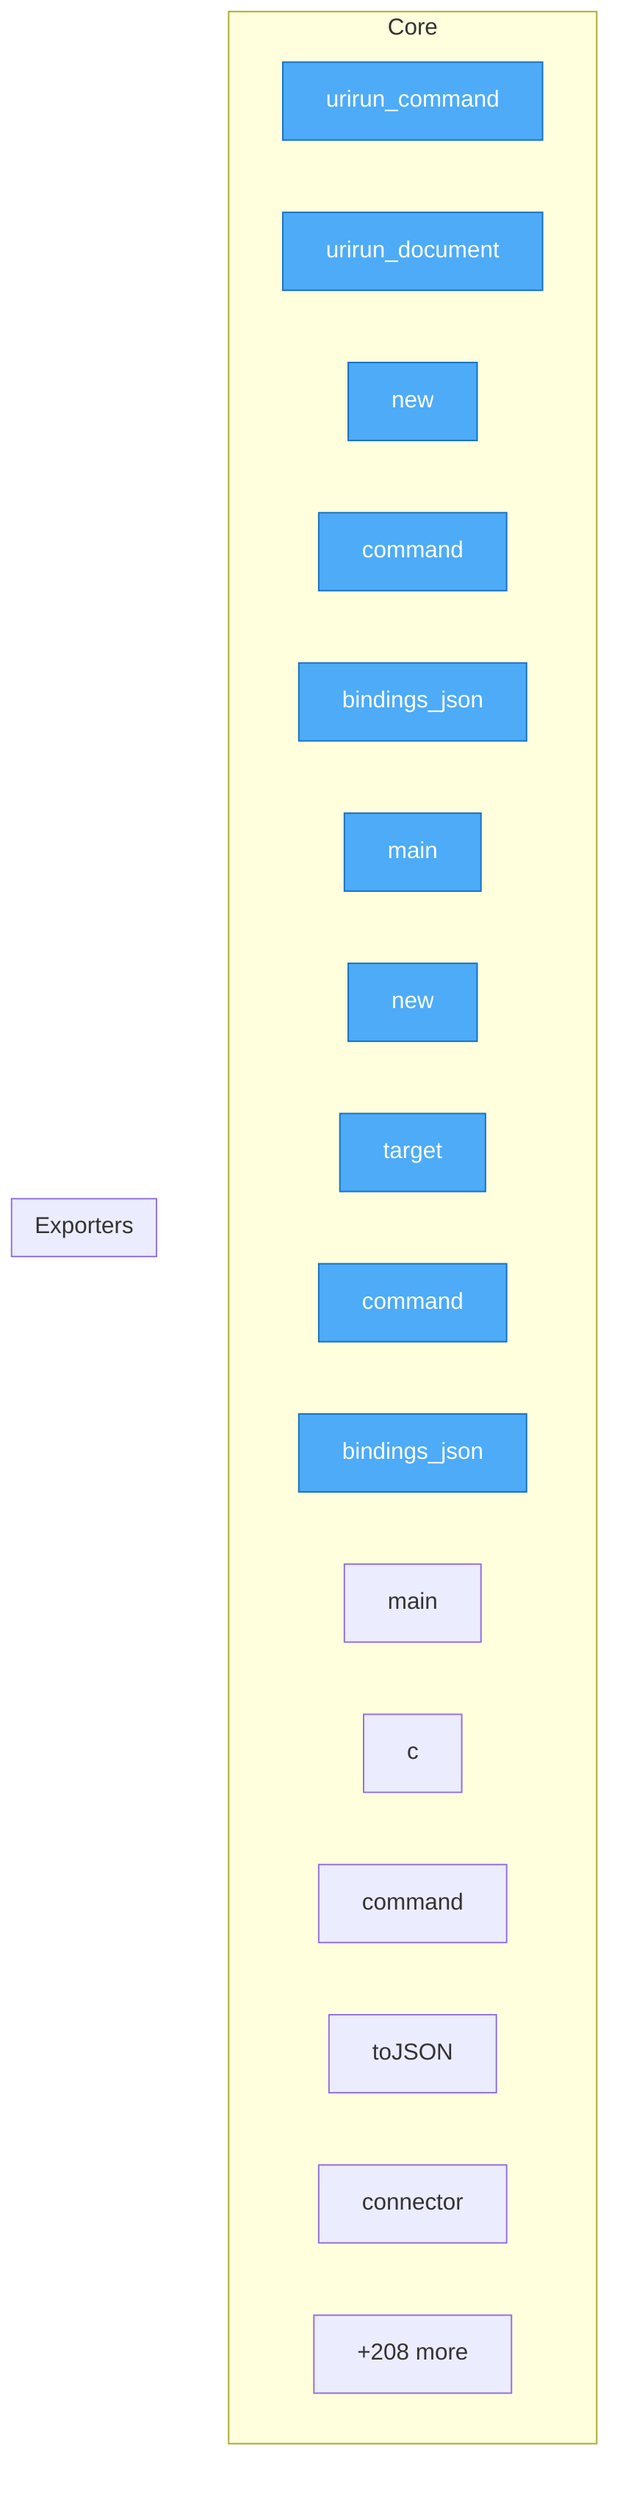
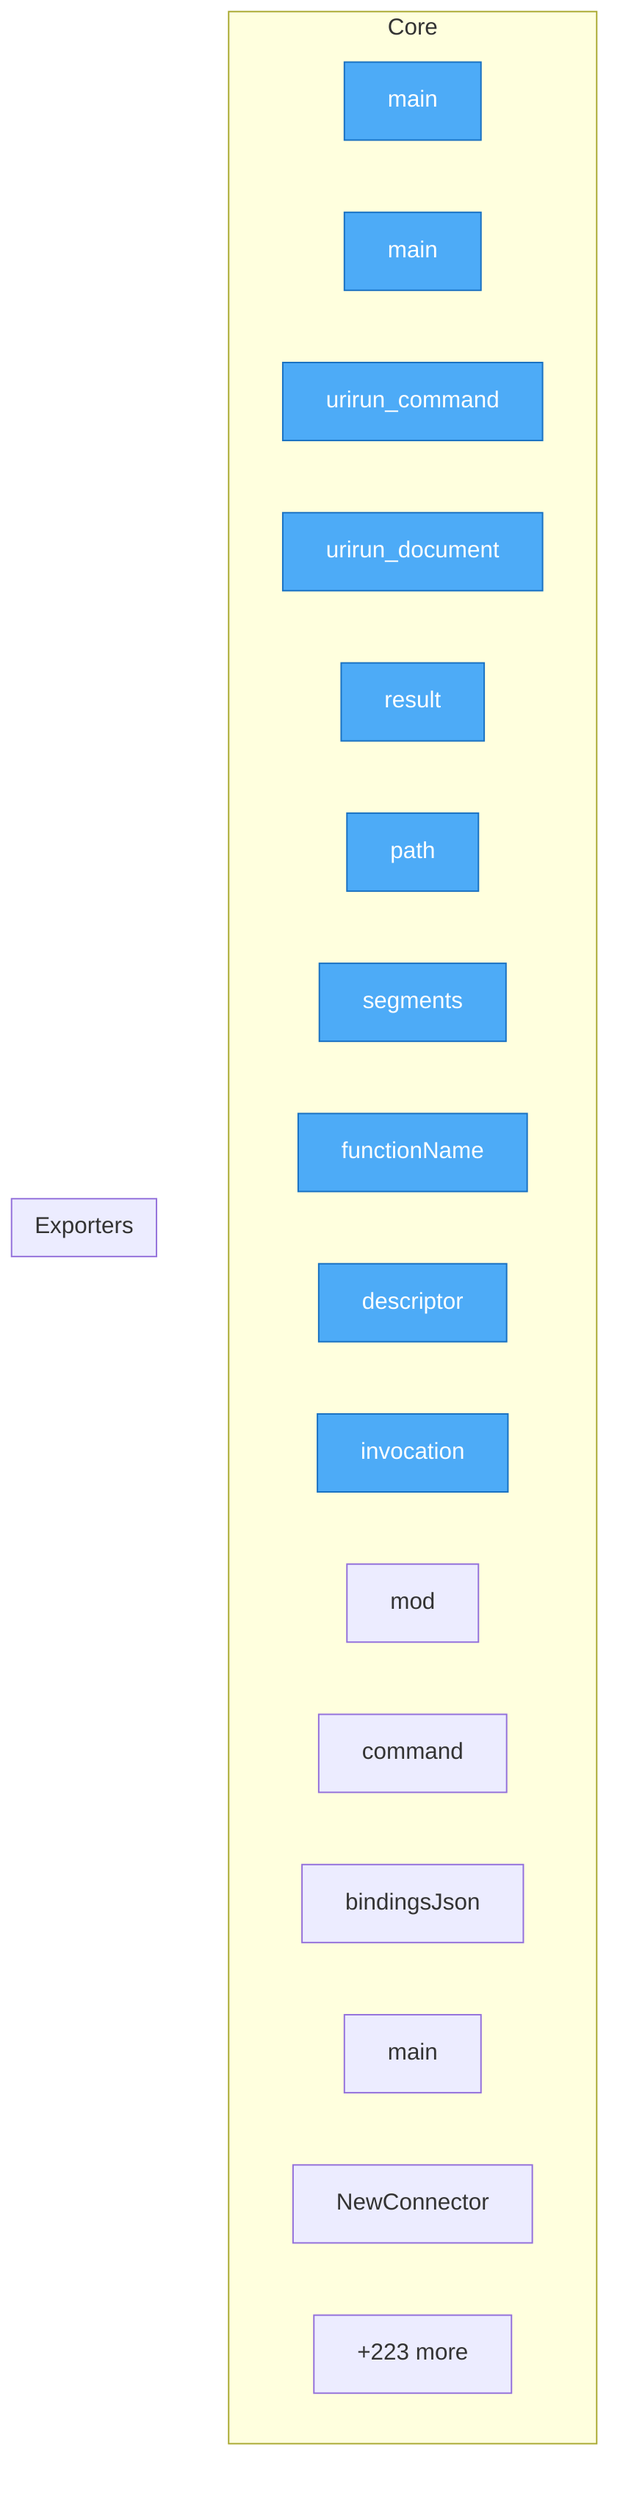
flowchart TD
%% generated in 0.01s

    %% Entry points (blue)
    classDef entry fill:#4dabf7,stroke:#1971c2,color:#fff

    subgraph Core
+         adapters__conformance__main["main"]
+         adapters__new_connector__main["main"]
        adapters__bash__urirun__urirun_command["urirun_command"]
        adapters__bash__urirun__urirun_document["urirun_document"]
-         adapters__perl__Urirun__new["new"]
-         adapters__perl__Urirun__command["command"]
-         adapters__perl__Urirun__bindings_json["bindings_json"]
-         adapters__new_connector__main["main"]
-         adapters__rust__src__new["new"]
-         adapters__rust__src__target["target"]
-         adapters__rust__src__command["command"]
-         adapters__rust__src__bindings_json["bindings_json"]
-         adapters__rust__examples__hash_connector__main["main"]
-         adapters__ts__example__hash_connector__c["c"]
-         adapters__ts__urirun__Connector__command["command"]
-         adapters__ts__urirun__Connector__toJSON["toJSON"]
-         adapters__ts__urirun__Connector__connector["connector"]
-         ...["+208 more"]
+         adapters__js__index__test__result["result"]
+         adapters__js__path["path"]
+         adapters__js__segments["segments"]
+         adapters__js__functionName["functionName"]
+         adapters__js__descriptor["descriptor"]
+         adapters__js__invocation["invocation"]
+         adapters__js__mod["mod"]
+         adapters__java__Urirun__Urirun__command["command"]
+         adapters__java__Urirun__Urirun__bindingsJson["bindingsJson"]
+         adapters__java__example__HashConnector__HashConnector__main["main"]
+         adapters__go__urirun__NewConnector["NewConnector"]
+         ...["+223 more"]
    end

    subgraph Exporters
    end

-     class adapters__bash__urirun__urirun_command,adapters__bash__urirun__urirun_document,adapters__perl__Urirun__new,adapters__perl__Urirun__command,adapters__perl__Urirun__bindings_json,adapters__new_connector__main,adapters__rust__src__new,adapters__rust__src__target,adapters__rust__src__command,adapters__rust__src__bindings_json entry
+     class adapters__conformance__main,adapters__new_connector__main,adapters__bash__urirun__urirun_command,adapters__bash__urirun__urirun_document,adapters__js__index__test__result,adapters__js__path,adapters__js__segments,adapters__js__functionName,adapters__js__descriptor,adapters__js__invocation entry
